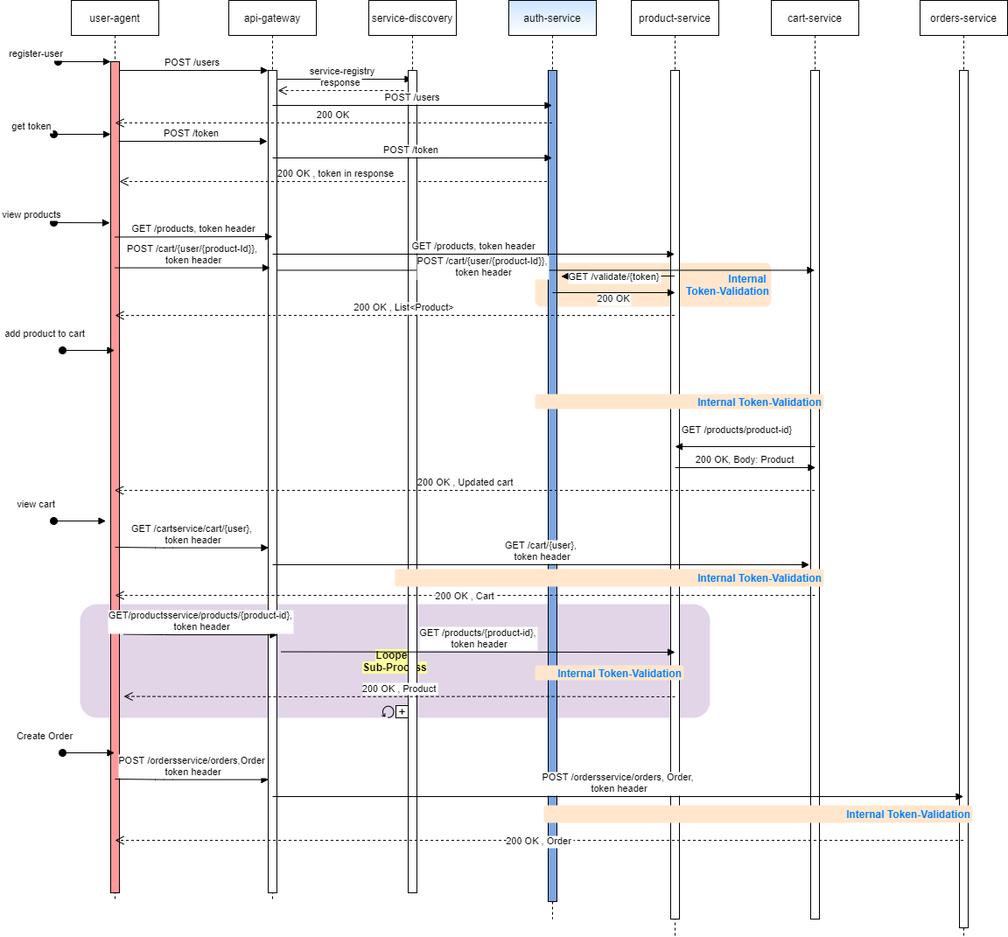
pritamprasd/e-commerce keeps this draw.io diagram as sync/architecture/getproducts.png. Above is the earlier version. Source tidied: cells renumbered, new cells last; positions are measured from the earlier drawing's top-left corner, leaving out a move shared by most shapes.
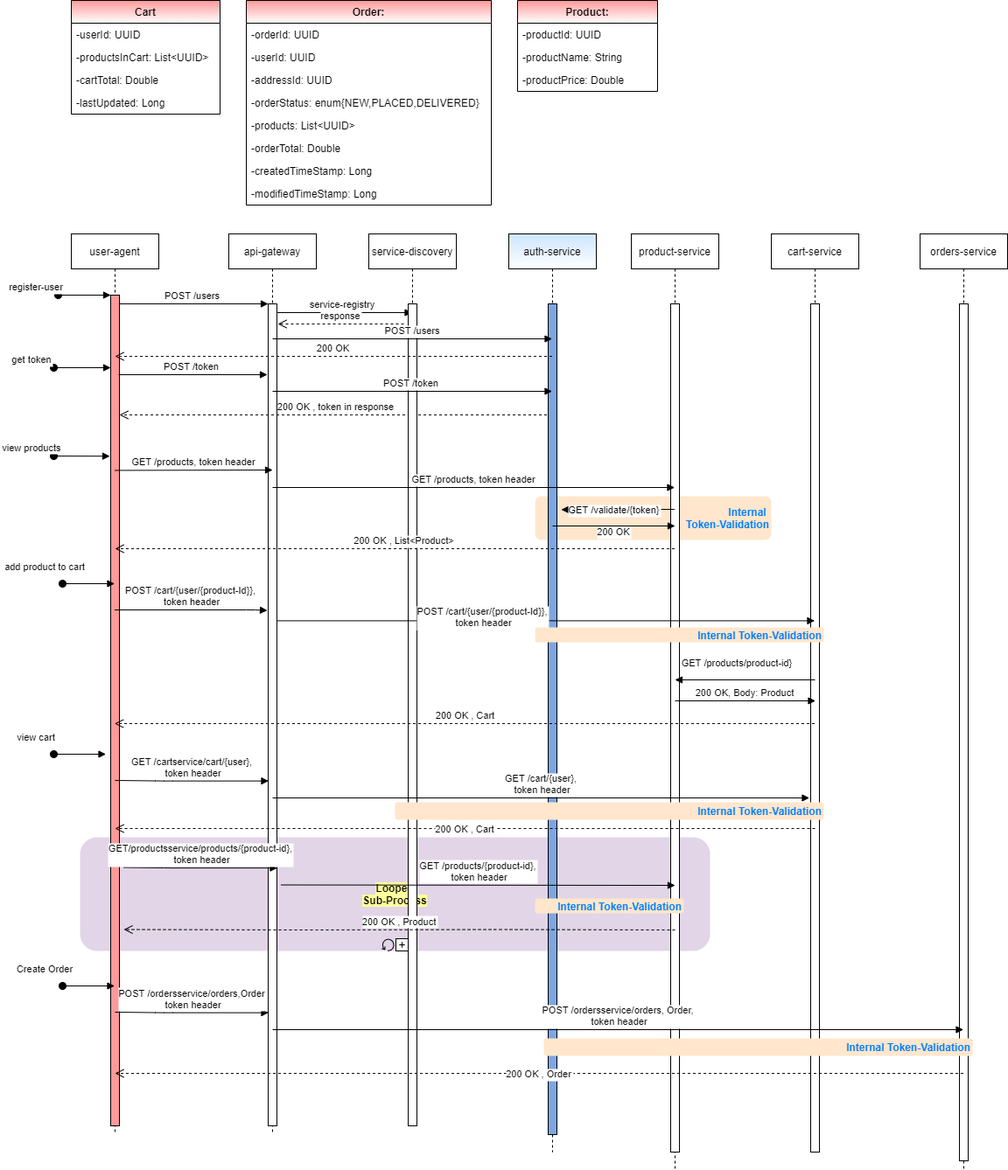
Later version of the same file.

What changed in the source:
```diff
@@ -142,8 +142,12 @@
         <mxPoint x="-20" y="12" as="offset" />
       </mxGeometry>
     </mxCell>
-    <mxCell id="32" value="POST /cart/{user/{product-Id}},&#10; token header" style="verticalAlign=bottom;endArrow=block;shadow=0;strokeWidth=1;entryX=0.2;entryY=0.24;entryDx=0;entryDy=0;entryPerimeter=0;" parent="1" edge="1" source="7" target="11">
-      <mxGeometry relative="1" as="geometry" />
+    <mxCell id="32" value="POST /cart/{user/{product-Id}},&#10; token header" style="verticalAlign=bottom;endArrow=block;shadow=0;strokeWidth=1;entryX=-0.1;entryY=0.373;entryDx=0;entryDy=0;entryPerimeter=0;" parent="1" edge="1" source="7" target="11">
+      <mxGeometry relative="1" as="geometry">
+        <Array as="points">
+          <mxPoint x="230" y="430" />
+        </Array>
+      </mxGeometry>
     </mxCell>
     <mxCell id="33" value="cart-service" style="shape=umlLifeline;perimeter=lifelinePerimeter;rounded=0;shadow=0;strokeWidth=1;" parent="1" vertex="1">
       <mxGeometry x="820" width="100" height="1050" as="geometry" />
@@ -151,8 +155,11 @@
     <mxCell id="34" style="perimeter=orthogonalPerimeter;rounded=0;shadow=0;strokeWidth=1;" parent="33" vertex="1">
       <mxGeometry x="45" y="80" width="10" height="970" as="geometry" />
     </mxCell>
-    <mxCell id="35" value="POST /cart/{user/{product-Id}},&#10; token header" style="verticalAlign=bottom;endArrow=block;shadow=0;strokeWidth=1;exitX=1.1;exitY=0.243;exitDx=0;exitDy=0;exitPerimeter=0;" parent="1" edge="1" source="11" target="33">
-      <mxGeometry x="-0.24" y="-12" relative="1" as="geometry" />
+    <mxCell id="35" value="POST /cart/{user/{product-Id}},&#10; token header" style="verticalAlign=bottom;endArrow=block;shadow=0;strokeWidth=1;exitX=1.1;exitY=0.243;exitDx=0;exitDy=0;exitPerimeter=0;" parent="1" edge="1">
+      <mxGeometry x="-0.24" y="-12" relative="1" as="geometry">
+        <mxPoint x="256" y="442.4" as="sourcePoint" />
+        <mxPoint x="869.5" y="442.4" as="targetPoint" />
+      </mxGeometry>
     </mxCell>
     <mxCell id="36" value="200 OK, Body: Product" style="verticalAlign=bottom;endArrow=block;shadow=0;strokeWidth=1;" parent="1" edge="1">
       <mxGeometry relative="1" as="geometry">
@@ -170,7 +177,7 @@
         <mxPoint x="1" as="offset" />
       </mxGeometry>
     </mxCell>
-    <mxCell id="38" value="200 OK , Updated cart" style="verticalAlign=bottom;endArrow=open;dashed=1;endSize=8;shadow=0;strokeWidth=1;" parent="1" edge="1" target="7">
+    <mxCell id="38" value="200 OK , Cart" style="verticalAlign=bottom;endArrow=open;dashed=1;endSize=8;shadow=0;strokeWidth=1;" parent="1" edge="1" target="7">
       <mxGeometry relative="1" as="geometry">
         <mxPoint x="869.5" y="560" as="sourcePoint" />
         <Array as="points">
@@ -292,5 +299,59 @@
         </Array>
       </mxGeometry>
     </mxCell>
+    <mxCell id="57" value="Cart" style="swimlane;fontStyle=1;horizontal=1;startSize=26;strokeColor=#000000;fillColor=#FF9999;gradientColor=#ffffff;" parent="1" vertex="1">
+      <mxGeometry x="20" y="-267" width="170" height="130" as="geometry" />
+    </mxCell>
+    <mxCell id="58" value="-userId: UUID" style="text;strokeColor=none;fillColor=none;align=left;verticalAlign=top;spacingLeft=4;spacingRight=4;overflow=hidden;" parent="57" vertex="1">
+      <mxGeometry y="26" width="170" height="26" as="geometry" />
+    </mxCell>
+    <mxCell id="59" value="-productsInCart: List&lt;UUID&gt;" style="text;strokeColor=none;fillColor=none;align=left;verticalAlign=top;spacingLeft=4;spacingRight=4;overflow=hidden;" parent="57" vertex="1">
+      <mxGeometry y="52" width="170" height="26" as="geometry" />
+    </mxCell>
+    <mxCell id="60" value="-cartTotal: Double" style="text;strokeColor=none;fillColor=none;align=left;verticalAlign=top;spacingLeft=4;spacingRight=4;overflow=hidden;" parent="57" vertex="1">
+      <mxGeometry y="78" width="170" height="26" as="geometry" />
+    </mxCell>
+    <mxCell id="61" value="-lastUpdated: Long" style="text;strokeColor=none;fillColor=none;align=left;verticalAlign=top;spacingLeft=4;spacingRight=4;overflow=hidden;" parent="57" vertex="1">
+      <mxGeometry y="104" width="170" height="26" as="geometry" />
+    </mxCell>
+    <mxCell id="62" value="Order:" style="swimlane;fontStyle=1;horizontal=1;startSize=26;strokeColor=#000000;fillColor=#FF9999;gradientColor=#ffffff;" parent="1" vertex="1">
+      <mxGeometry x="220" y="-267" width="280" height="234" as="geometry" />
+    </mxCell>
+    <mxCell id="63" value="-orderId: UUID" style="text;strokeColor=none;fillColor=none;align=left;verticalAlign=top;spacingLeft=4;spacingRight=4;overflow=hidden;" parent="62" vertex="1">
+      <mxGeometry y="26" width="280" height="26" as="geometry" />
+    </mxCell>
+    <mxCell id="64" value="-userId: UUID" style="text;strokeColor=none;fillColor=none;align=left;verticalAlign=top;spacingLeft=4;spacingRight=4;overflow=hidden;" parent="62" vertex="1">
+      <mxGeometry y="52" width="280" height="26" as="geometry" />
+    </mxCell>
+    <mxCell id="65" value="-addressId: UUID" style="text;strokeColor=none;fillColor=none;align=left;verticalAlign=top;spacingLeft=4;spacingRight=4;overflow=hidden;" parent="62" vertex="1">
+      <mxGeometry y="78" width="280" height="26" as="geometry" />
+    </mxCell>
+    <mxCell id="66" value="-orderStatus: enum{NEW,PLACED,DELIVERED}" style="text;strokeColor=none;fillColor=none;align=left;verticalAlign=top;spacingLeft=4;spacingRight=4;overflow=hidden;" parent="62" vertex="1">
+      <mxGeometry y="104" width="280" height="26" as="geometry" />
+    </mxCell>
+    <mxCell id="67" value="-products: List&lt;UUID&gt;" style="text;strokeColor=none;fillColor=none;align=left;verticalAlign=top;spacingLeft=4;spacingRight=4;overflow=hidden;" parent="62" vertex="1">
+      <mxGeometry y="130" width="280" height="26" as="geometry" />
+    </mxCell>
+    <mxCell id="68" value="-orderTotal: Double" style="text;strokeColor=none;fillColor=none;align=left;verticalAlign=top;spacingLeft=4;spacingRight=4;overflow=hidden;" parent="62" vertex="1">
+      <mxGeometry y="156" width="280" height="26" as="geometry" />
+    </mxCell>
+    <mxCell id="69" value="-createdTimeStamp: Long" style="text;strokeColor=none;fillColor=none;align=left;verticalAlign=top;spacingLeft=4;spacingRight=4;overflow=hidden;" parent="62" vertex="1">
+      <mxGeometry y="182" width="280" height="26" as="geometry" />
+    </mxCell>
+    <mxCell id="70" value="-modifiedTimeStamp: Long" style="text;strokeColor=none;fillColor=none;align=left;verticalAlign=top;spacingLeft=4;spacingRight=4;overflow=hidden;" parent="62" vertex="1">
+      <mxGeometry y="208" width="280" height="26" as="geometry" />
+    </mxCell>
+    <mxCell id="71" value="Product:" style="swimlane;fontStyle=1;horizontal=1;startSize=26;strokeColor=#000000;fillColor=#FF9999;gradientColor=#ffffff;" parent="1" vertex="1">
+      <mxGeometry x="530" y="-267" width="160" height="104" as="geometry" />
+    </mxCell>
+    <mxCell id="72" value="-productId: UUID" style="text;strokeColor=none;fillColor=none;align=left;verticalAlign=top;spacingLeft=4;spacingRight=4;overflow=hidden;" parent="71" vertex="1">
+      <mxGeometry y="26" width="160" height="26" as="geometry" />
+    </mxCell>
+    <mxCell id="73" value="-productName: String" style="text;strokeColor=none;fillColor=none;align=left;verticalAlign=top;spacingLeft=4;spacingRight=4;overflow=hidden;" parent="71" vertex="1">
+      <mxGeometry y="52" width="160" height="26" as="geometry" />
+    </mxCell>
+    <mxCell id="74" value="-productPrice: Double" style="text;strokeColor=none;fillColor=none;align=left;verticalAlign=top;spacingLeft=4;spacingRight=4;overflow=hidden;" parent="71" vertex="1">
+      <mxGeometry y="78" width="160" height="26" as="geometry" />
+    </mxCell>
   </root>
 </mxGraphModel>
```
